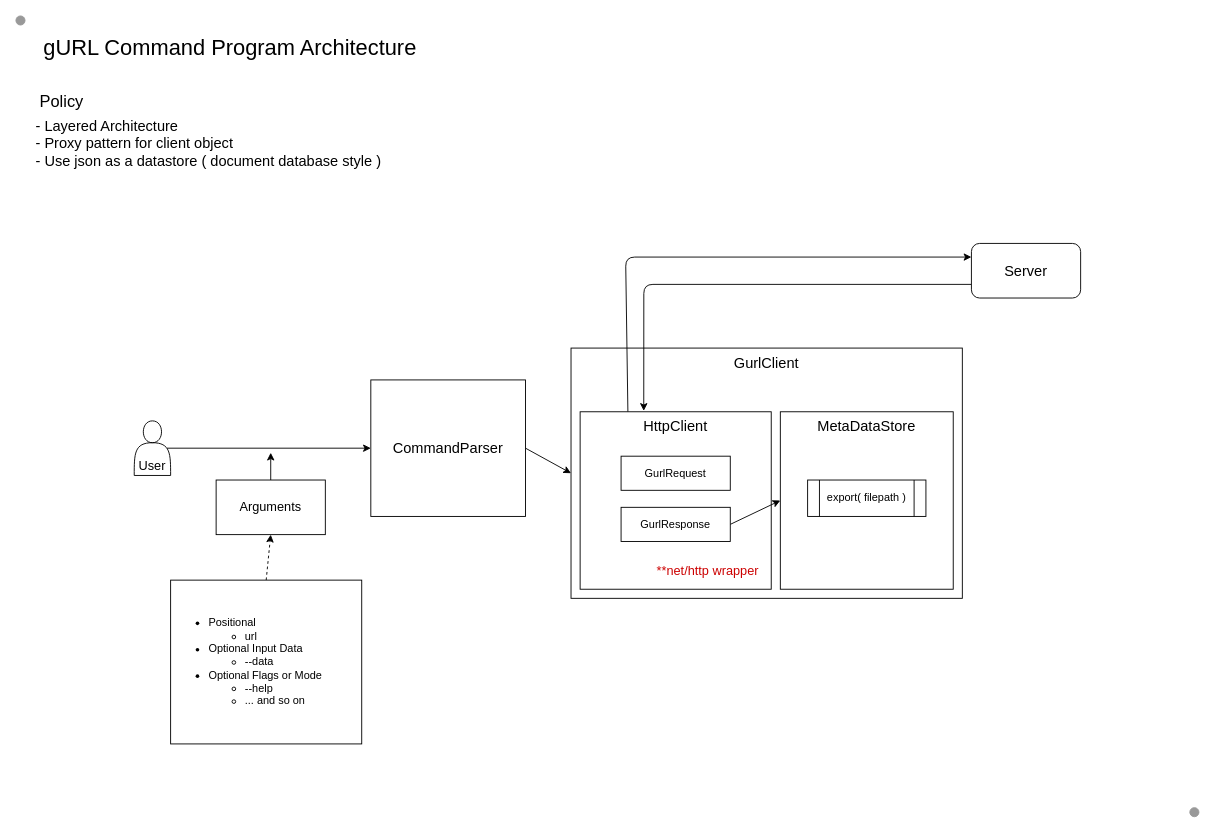
Above: docs/drawio/ARCH.drawio in sota0121/gurl (draw.io), before the change. Source tidied: cells renumbered, new cells numbered last; positions are measured from the earlier drawing's top-left corner, leaving out a move shared by most shapes. Both pictures are drawn from the tidied source at 91%, with x=0, y=0 at pixel (15, 15).
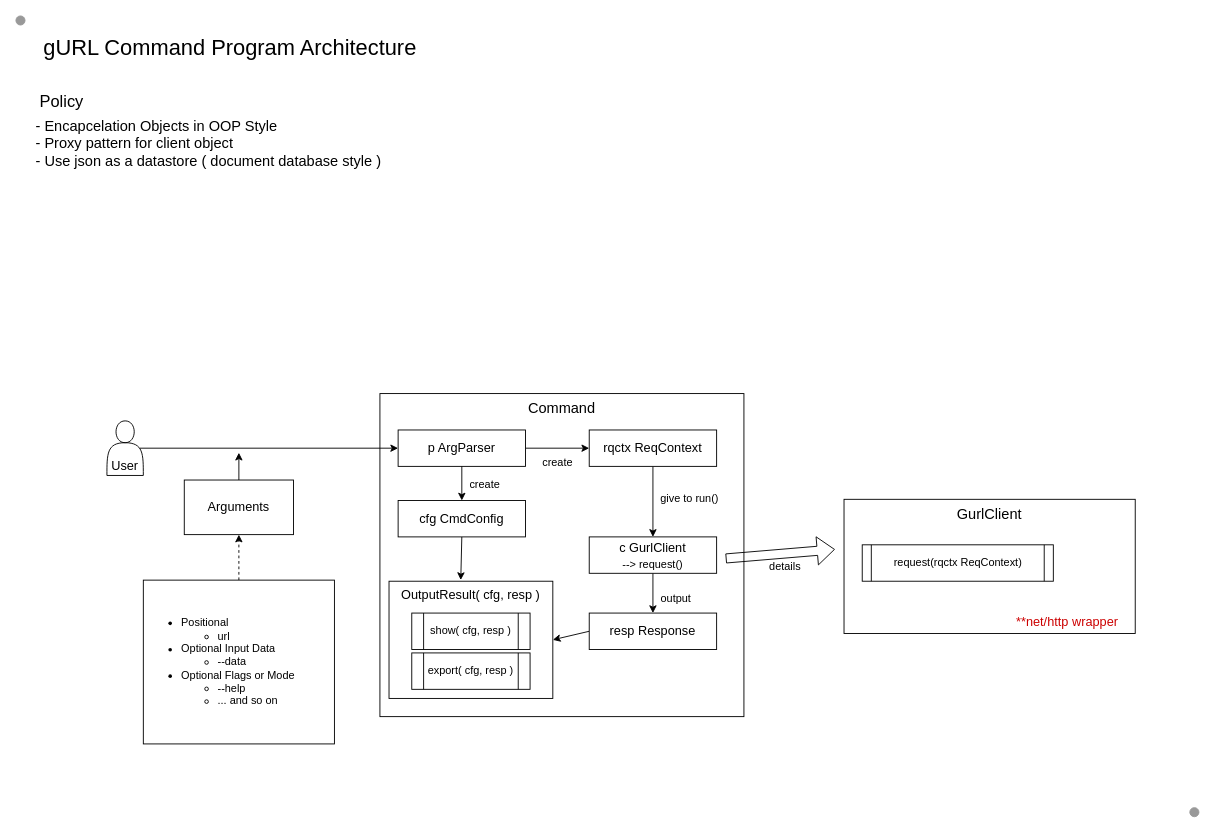
Above is the later version.

Diff of the diagram source:
```diff
@@
-    <mxCell id="4" value="- Layered Architecture&lt;br&gt;- Proxy pattern for client object&lt;br&gt;- Use json as a datastore ( document database style )" style="text;html=1;align=left;verticalAlign=middle;strokeColor=none;fillColor=none;fontSize=16;" parent="1" vertex="1">
+    <mxCell id="4" value="- Encapcelation Objects in OOP Style&lt;br&gt;- Proxy pattern for client object&lt;br&gt;- Use json as a datastore ( document database style )" style="text;html=1;align=left;verticalAlign=middle;strokeColor=none;fillColor=none;fontSize=16;" parent="1" vertex="1">
       <mxGeometry x="20" y="110" width="400" height="60" as="geometry" />
     </mxCell>
-    <mxCell id="5" style="edgeStyle=none;html=1;exitX=1;exitY=0.5;exitDx=0;exitDy=0;entryX=0;entryY=0.5;entryDx=0;entryDy=0;fontSize=12;" parent="1" edge="1" source="6" target="7">
-      <mxGeometry relative="1" as="geometry" />
-    </mxCell>
-    <mxCell id="6" value="CommandParser" style="whiteSpace=wrap;html=1;fontSize=16;" parent="1" vertex="1">
-      <mxGeometry x="390" y="400" width="170" height="150" as="geometry" />
-    </mxCell>
-    <mxCell id="7" value="GurlClient" style="whiteSpace=wrap;html=1;fontSize=16;verticalAlign=top;" parent="1" vertex="1">
-      <mxGeometry x="610" y="365" width="430" height="275" as="geometry" />
-    </mxCell>
-    <mxCell id="8" style="edgeStyle=none;html=1;exitX=0.25;exitY=0;exitDx=0;exitDy=0;entryX=0;entryY=0.25;entryDx=0;entryDy=0;fontSize=12;" parent="1" edge="1" source="9" target="12">
-      <mxGeometry relative="1" as="geometry">
-        <Array as="points">
-          <mxPoint x="670" y="265" />
-        </Array>
-      </mxGeometry>
-    </mxCell>
-    <mxCell id="9" value="HttpClient" style="whiteSpace=wrap;html=1;fontSize=16;verticalAlign=top;" parent="1" vertex="1">
-      <mxGeometry x="620" y="435" width="210" height="195" as="geometry" />
-    </mxCell>
-    <mxCell id="10" value="MetaDataStore" style="whiteSpace=wrap;html=1;fontSize=16;verticalAlign=top;" parent="1" vertex="1">
-      <mxGeometry x="840" y="435" width="190" height="195" as="geometry" />
-    </mxCell>
-    <mxCell id="11" style="edgeStyle=none;html=1;exitX=0;exitY=0.75;exitDx=0;exitDy=0;entryX=0.333;entryY=-0.005;entryDx=0;entryDy=0;entryPerimeter=0;fontSize=12;" parent="1" edge="1" source="12" target="9">
-      <mxGeometry relative="1" as="geometry">
-        <Array as="points">
-          <mxPoint x="690" y="295" />
-        </Array>
-      </mxGeometry>
-    </mxCell>
-    <mxCell id="12" value="Server" style="rounded=1;whiteSpace=wrap;html=1;fontSize=16;" parent="1" vertex="1">
-      <mxGeometry x="1050" y="250" width="120" height="60" as="geometry" />
-    </mxCell>
-    <mxCell id="13" style="edgeStyle=none;html=1;exitX=0.9;exitY=0.5;exitDx=0;exitDy=0;exitPerimeter=0;entryX=0;entryY=0.5;entryDx=0;entryDy=0;fontSize=14;" parent="1" edge="1" source="14" target="6">
-      <mxGeometry relative="1" as="geometry" />
-    </mxCell>
     <mxCell id="14" value="User" style="shape=actor;whiteSpace=wrap;html=1;fontSize=14;verticalAlign=bottom;" parent="1" vertex="1">
-      <mxGeometry x="130" y="445" width="40" height="60" as="geometry" />
+      <mxGeometry x="100" y="445" width="40" height="60" as="geometry" />
     </mxCell>
     <mxCell id="15" style="edgeStyle=none;html=1;exitX=0.5;exitY=0;exitDx=0;exitDy=0;fontSize=14;" parent="1" edge="1" source="16">
       <mxGeometry relative="1" as="geometry">
-        <mxPoint x="280" y="480" as="targetPoint" />
+        <mxPoint x="245" y="480" as="targetPoint" />
       </mxGeometry>
     </mxCell>
     <mxCell id="16" value="Arguments" style="whiteSpace=wrap;html=1;fontSize=14;" parent="1" vertex="1">
-      <mxGeometry x="220" y="510" width="120" height="60" as="geometry" />
+      <mxGeometry x="185" y="510" width="120" height="60" as="geometry" />
     </mxCell>
@@
     <mxCell id="18" value="&lt;blockquote style=&quot;margin: 0px 0px 0px 40px ; border: none ; padding: 0px ; font-size: 12px&quot;&gt;&lt;/blockquote&gt;&lt;ul&gt;&lt;li style=&quot;font-size: 12px&quot;&gt;Positional&lt;/li&gt;&lt;ul style=&quot;font-size: 12px&quot;&gt;&lt;li style=&quot;font-size: 12px&quot;&gt;url&lt;/li&gt;&lt;/ul&gt;&lt;li style=&quot;font-size: 12px&quot;&gt;Optional Input Data&lt;/li&gt;&lt;ul style=&quot;font-size: 12px&quot;&gt;&lt;li style=&quot;font-size: 12px&quot;&gt;--data&lt;/li&gt;&lt;/ul&gt;&lt;li&gt;Optional Flags or Mode&lt;/li&gt;&lt;ul style=&quot;font-size: 12px&quot;&gt;&lt;li style=&quot;font-size: 12px&quot;&gt;--help&lt;/li&gt;&lt;li style=&quot;font-size: 12px&quot;&gt;... and so on&lt;/li&gt;&lt;/ul&gt;&lt;/ul&gt;" style="whiteSpace=wrap;html=1;fontSize=12;align=left;" parent="1" vertex="1">
-      <mxGeometry x="170" y="620" width="210" height="180" as="geometry" />
+      <mxGeometry x="140" y="620" width="210" height="180" as="geometry" />
     </mxCell>
-    <mxCell id="19" value="GurlRequest" style="whiteSpace=wrap;html=1;fontSize=12;" parent="1" vertex="1">
-      <mxGeometry x="665" y="483.8" width="120" height="37.5" as="geometry" />
-    </mxCell>
-    <mxCell id="20" style="edgeStyle=none;html=1;exitX=1;exitY=0.5;exitDx=0;exitDy=0;entryX=0;entryY=0.5;entryDx=0;entryDy=0;fontSize=12;" parent="1" edge="1" source="21" target="10">
-      <mxGeometry relative="1" as="geometry" />
-    </mxCell>
-    <mxCell id="21" value="GurlResponse" style="whiteSpace=wrap;html=1;fontSize=12;" parent="1" vertex="1">
-      <mxGeometry x="665" y="540" width="120" height="37.5" as="geometry" />
-    </mxCell>
-    <mxCell id="22" value="export( filepath )" style="shape=process;whiteSpace=wrap;html=1;backgroundOutline=1;fontSize=12;" parent="1" vertex="1">
-      <mxGeometry x="870" y="510" width="130" height="40" as="geometry" />
-    </mxCell>
-    <mxCell id="23" value="**net/http wrapper" style="text;html=1;align=center;verticalAlign=middle;strokeColor=none;fillColor=none;fontSize=14;fontColor=#CC0000;" parent="1" vertex="1">
-      <mxGeometry x="695" y="600" width="130" height="20" as="geometry" />
-    </mxCell>
@@
+    <mxCell id="26" value="Command" style="whiteSpace=wrap;html=1;fontSize=16;verticalAlign=top;" parent="1" vertex="1">
+      <mxGeometry x="400" y="415" width="400" height="355" as="geometry" />
+    </mxCell>
+    <mxCell id="27" style="edgeStyle=none;html=1;exitX=1;exitY=0.5;exitDx=0;exitDy=0;fontSize=12;entryX=0;entryY=0.5;entryDx=0;entryDy=0;entryPerimeter=0;" parent="1" edge="1" source="28" target="38">
+      <mxGeometry relative="1" as="geometry" />
+    </mxCell>
+    <mxCell id="28" value="p ArgParser" style="whiteSpace=wrap;html=1;fontSize=14;" parent="1" vertex="1">
+      <mxGeometry x="420" y="455" width="140" height="40" as="geometry" />
+    </mxCell>
+    <mxCell id="29" style="edgeStyle=none;html=1;exitX=0.5;exitY=1;exitDx=0;exitDy=0;entryX=0.5;entryY=0;entryDx=0;entryDy=0;fontSize=12;" parent="1" edge="1" source="30" target="32">
+      <mxGeometry relative="1" as="geometry" />
+    </mxCell>
+    <mxCell id="30" value="c GurlClient&lt;br&gt;&lt;font style=&quot;font-size: 12px&quot;&gt;--&amp;gt; request()&lt;/font&gt;" style="whiteSpace=wrap;html=1;fontSize=14;" parent="1" vertex="1">
+      <mxGeometry x="630" y="572.5" width="140" height="40" as="geometry" />
+    </mxCell>
+    <mxCell id="31" style="edgeStyle=none;html=1;exitX=0;exitY=0.5;exitDx=0;exitDy=0;entryX=1;entryY=0.5;entryDx=0;entryDy=0;fontSize=12;" parent="1" edge="1" source="32" target="45">
+      <mxGeometry relative="1" as="geometry" />
+    </mxCell>
+    <mxCell id="32" value="resp Response" style="whiteSpace=wrap;html=1;fontSize=14;verticalAlign=middle;" parent="1" vertex="1">
+      <mxGeometry x="630" y="656.2" width="140" height="40" as="geometry" />
+    </mxCell>
+    <mxCell id="33" value="create" style="text;html=1;align=center;verticalAlign=middle;strokeColor=none;fillColor=none;fontSize=12;" parent="1" vertex="1">
+      <mxGeometry x="570" y="481" width="50" height="20" as="geometry" />
+    </mxCell>
+    <mxCell id="7" value="GurlClient" style="whiteSpace=wrap;html=1;fontSize=16;verticalAlign=top;" parent="1" vertex="1">
+      <mxGeometry x="910" y="531.2" width="320" height="147.5" as="geometry" />
+    </mxCell>
+    <mxCell id="34" style="shape=flexArrow;endArrow=classic;html=1;fontSize=12;" parent="1" edge="1">
+      <mxGeometry relative="1" as="geometry">
+        <mxPoint x="780" y="596.2" as="sourcePoint" />
+        <mxPoint x="900" y="586.2" as="targetPoint" />
+      </mxGeometry>
+    </mxCell>
+    <mxCell id="35" value="details" style="text;html=1;align=center;verticalAlign=middle;strokeColor=none;fillColor=none;fontSize=12;" parent="1" vertex="1">
+      <mxGeometry x="820" y="595" width="50" height="20" as="geometry" />
+    </mxCell>
+    <mxCell id="36" value="request(rqctx ReqContext)" style="shape=process;whiteSpace=wrap;html=1;backgroundOutline=1;fontSize=12;size=0.045454545454545456;" parent="1" vertex="1">
+      <mxGeometry x="930" y="581.2" width="210" height="40" as="geometry" />
+    </mxCell>
+    <mxCell id="23" value="**net/http wrapper" style="text;html=1;align=center;verticalAlign=middle;strokeColor=none;fillColor=none;fontSize=14;fontColor=#CC0000;" parent="1" vertex="1">
+      <mxGeometry x="1090" y="656.2" width="130" height="20" as="geometry" />
+    </mxCell>
+    <mxCell id="37" style="edgeStyle=none;html=1;exitX=0.5;exitY=1;exitDx=0;exitDy=0;entryX=0.5;entryY=0;entryDx=0;entryDy=0;fontSize=12;" parent="1" edge="1" source="38" target="30">
+      <mxGeometry relative="1" as="geometry" />
+    </mxCell>
+    <mxCell id="38" value="rqctx ReqContext" style="whiteSpace=wrap;html=1;fontSize=14;" parent="1" vertex="1">
+      <mxGeometry x="630" y="455" width="140" height="40" as="geometry" />
+    </mxCell>
+    <mxCell id="39" value="output" style="text;html=1;align=center;verticalAlign=middle;strokeColor=none;fillColor=none;fontSize=12;" parent="1" vertex="1">
+      <mxGeometry x="700" y="630" width="50" height="20" as="geometry" />
+    </mxCell>
+    <mxCell id="40" value="give to run()" style="text;html=1;align=center;verticalAlign=middle;strokeColor=none;fillColor=none;fontSize=12;" parent="1" vertex="1">
+      <mxGeometry x="700" y="521" width="80" height="20" as="geometry" />
+    </mxCell>
+    <mxCell id="41" style="edgeStyle=none;html=1;exitX=0.5;exitY=1;exitDx=0;exitDy=0;entryX=0.438;entryY=-0.01;entryDx=0;entryDy=0;entryPerimeter=0;fontSize=12;" parent="1" edge="1" source="42" target="45">
+      <mxGeometry relative="1" as="geometry" />
+    </mxCell>
+    <mxCell id="42" value="cfg CmdConfig" style="whiteSpace=wrap;html=1;fontSize=14;" parent="1" vertex="1">
+      <mxGeometry x="420" y="532.5" width="140" height="40" as="geometry" />
+    </mxCell>
+    <mxCell id="43" style="edgeStyle=none;html=1;exitX=0.5;exitY=1;exitDx=0;exitDy=0;fontSize=12;" parent="1" edge="1" source="28" target="42">
+      <mxGeometry relative="1" as="geometry" />
+    </mxCell>
+    <mxCell id="44" value="create" style="text;html=1;align=center;verticalAlign=middle;strokeColor=none;fillColor=none;fontSize=12;" parent="1" vertex="1">
+      <mxGeometry x="490" y="505" width="50" height="20" as="geometry" />
+    </mxCell>
+    <mxCell id="13" style="edgeStyle=none;html=1;exitX=0.9;exitY=0.5;exitDx=0;exitDy=0;exitPerimeter=0;entryX=0;entryY=0.5;entryDx=0;entryDy=0;fontSize=14;" parent="1" edge="1" source="14" target="28">
+      <mxGeometry relative="1" as="geometry" />
+    </mxCell>
+    <mxCell id="45" value="OutputResult( cfg, resp )" style="whiteSpace=wrap;html=1;fontSize=14;verticalAlign=top;" parent="1" vertex="1">
+      <mxGeometry x="410" y="621.2" width="180" height="128.8" as="geometry" />
+    </mxCell>
+    <mxCell id="46" value="show( cfg, resp )" style="shape=process;whiteSpace=wrap;html=1;backgroundOutline=1;fontSize=12;" parent="1" vertex="1">
+      <mxGeometry x="435" y="656.2" width="130" height="40" as="geometry" />
+    </mxCell>
+    <mxCell id="47" value="export( cfg, resp )" style="shape=process;whiteSpace=wrap;html=1;backgroundOutline=1;fontSize=12;" parent="1" vertex="1">
+      <mxGeometry x="435" y="700" width="130" height="40" as="geometry" />
+    </mxCell>
```
